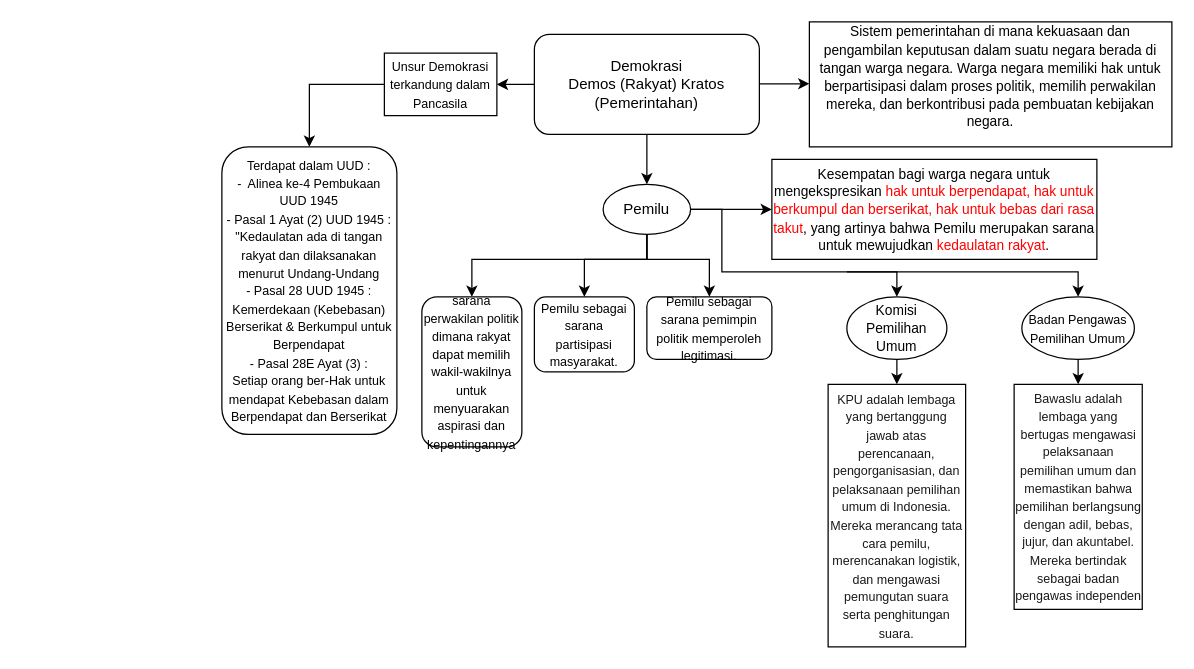
Earlier version of the draw.io diagram Diagram Tanpa Judul.drawio (Beroding/contoh-repo). Source tidied: cells renumbered, new cells numbered last; positions are measured from the earlier drawing's top-left corner, leaving out a move shared by most shapes. Both pictures are drawn from the tidied source at 125%, with x=0, y=0 at pixel (221, 21).
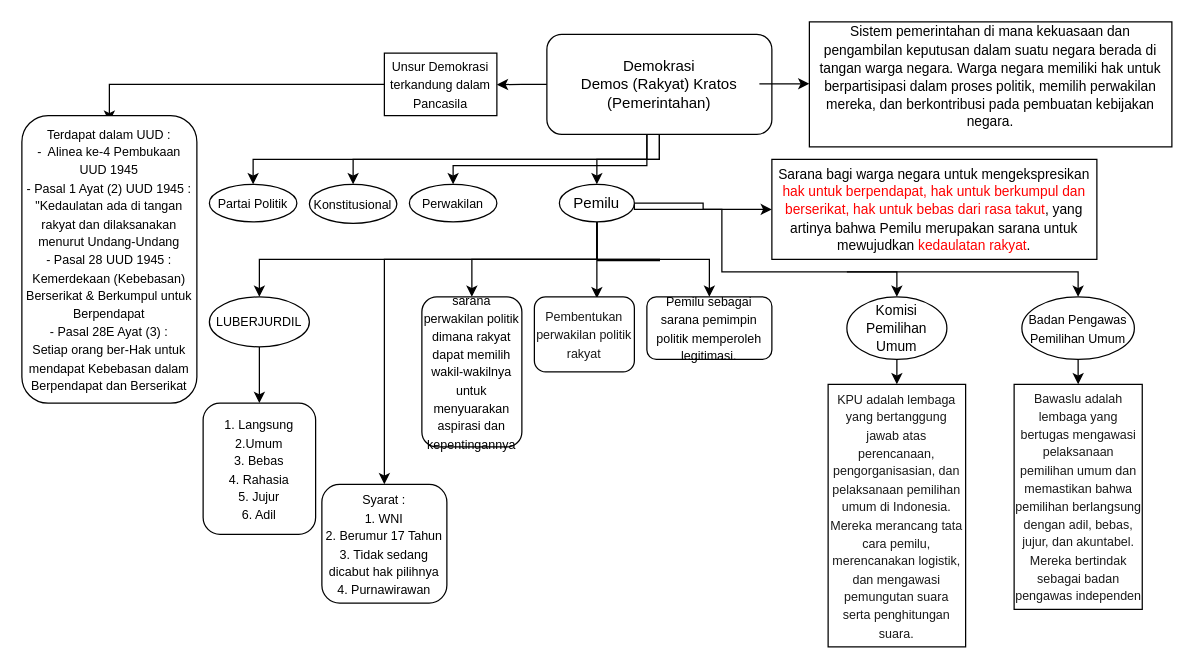
Above is the later version.

Unchanged cells that the change refers to:
```xml
<mxCell id="14" value="&lt;font style=&quot;&quot;&gt;&lt;font style=&quot;font-size: 10px;&quot;&gt;&lt;b id=&quot;docs-internal-guid-9110bd9b-7fff-330d-d7f6-1b1bdb247be8&quot; style=&quot;font-weight: normal;&quot;&gt;&lt;span style=&quot;font-family: Narkisim; color: rgb(0, 0, 0); background-color: transparent; font-weight: 400; font-style: normal; font-variant: normal; text-decoration: none; vertical-align: baseline;&quot;&gt;sarana perwakilan politik dimana rakyat dapat memilih wakil-wakilnya untuk menyuarakan aspirasi dan kepentingannya&lt;/span&gt;&lt;/b&gt;&lt;/font&gt;&lt;br&gt;&lt;/font&gt;" style="rounded=1;whiteSpace=wrap;html=1;" parent="1" vertex="1">
  <mxGeometry x="160" y="220" width="80" height="120" as="geometry" />
</mxCell>
<mxCell id="17" value="&lt;font style=&quot;font-size: 10px;&quot;&gt;Unsur Demokrasi terkandung dalam Pancasila&lt;/font&gt;" style="rounded=0;whiteSpace=wrap;html=1;" parent="1" vertex="1">
  <mxGeometry x="130" y="25" width="90" height="50" as="geometry" />
</mxCell>
```

Diff of the diagram source:
```diff
@@
+    <mxCell id="27" style="edgeStyle=orthogonalEdgeStyle;rounded=0;jettySize=auto;html=1;exitX=0.5;exitY=1;exitDx=0;exitDy=0;" parent="1" edge="1" source="3" target="33">
+      <mxGeometry relative="1" as="geometry" />
+    </mxCell>
+    <mxCell id="28" style="edgeStyle=orthogonalEdgeStyle;rounded=0;jettySize=auto;html=1;exitX=0.5;exitY=1;exitDx=0;exitDy=0;" parent="1" edge="1" source="3" target="32">
+      <mxGeometry relative="1" as="geometry" />
+    </mxCell>
+    <mxCell id="29" style="edgeStyle=orthogonalEdgeStyle;rounded=0;jettySize=auto;html=1;exitX=0.5;exitY=1;exitDx=0;exitDy=0;entryX=0.5;entryY=0;entryDx=0;entryDy=0;" parent="1" edge="1" source="3" target="34">
+      <mxGeometry relative="1" as="geometry">
+        <Array as="points">
+          <mxPoint x="340" y="115" />
+          <mxPoint x="185" y="115" />
+        </Array>
+      </mxGeometry>
+    </mxCell>
     <mxCell id="3" value="Demokrasi&lt;br&gt;Demos (Rakyat) Kratos (Pemerintahan)&lt;br&gt;" style="rounded=1;whiteSpace=wrap;html=1;" parent="1" vertex="1">
-      <mxGeometry x="250" y="10" width="180" height="80" as="geometry" />
+      <mxGeometry x="260" y="10" width="180" height="80" as="geometry" />
     </mxCell>
@@
-    <mxCell id="6" style="endArrow=classic;html=1;rounded=0;" parent="1" edge="1">
+    <mxCell id="6" style="endArrow=classic;html=1;rounded=0;entryX=0.5;entryY=0;entryDx=0;entryDy=0;" parent="1" edge="1" target="11">
       <mxGeometry relative="1" as="geometry">
         <mxPoint x="340" y="90" as="sourcePoint" />
-        <mxPoint x="340" y="130" as="targetPoint" />
+        <Array as="points">
+          <mxPoint x="340" y="110" />
+          <mxPoint x="300" y="110" />
+        </Array>
       </mxGeometry>
     </mxCell>
@@
-    <mxCell id="8" style="edgeStyle=orthogonalEdgeStyle;rounded=0;jettySize=auto;html=1;exitX=0.5;exitY=1;exitDx=0;exitDy=0;entryX=0.5;entryY=0;entryDx=0;entryDy=0;" parent="1" edge="1" source="11" target="15">
+    <mxCell id="8" style="edgeStyle=orthogonalEdgeStyle;rounded=0;orthogonalLoop=1;jettySize=auto;html=1;entryX=0.5;entryY=0;entryDx=0;entryDy=0;" parent="1" edge="1">
       <mxGeometry relative="1" as="geometry">
+        <mxPoint x="300" y="161" as="sourcePoint" />
+        <mxPoint x="300" y="221.2" as="targetPoint" />
         <Array as="points">
-          <mxPoint x="340" y="190" />
-          <mxPoint x="290" y="190" />
+          <mxPoint x="300" y="161" />
+          <mxPoint x="300" y="190" />
+          <mxPoint x="350" y="190" />
+          <mxPoint x="350" y="191" />
+          <mxPoint x="300" y="191" />
         </Array>
       </mxGeometry>
     </mxCell>
     <mxCell id="9" style="edgeStyle=orthogonalEdgeStyle;rounded=0;jettySize=auto;html=1;exitX=0.5;exitY=1;exitDx=0;exitDy=0;" parent="1" edge="1" source="11">
       <mxGeometry relative="1" as="geometry">
         <mxPoint x="390" y="220" as="targetPoint" />
         <Array as="points">
-          <mxPoint x="340" y="190" />
+          <mxPoint x="300" y="190" />
           <mxPoint x="390" y="190" />
         </Array>
       </mxGeometry>
     </mxCell>
@@
+    <mxCell id="30" style="edgeStyle=orthogonalEdgeStyle;rounded=0;jettySize=auto;html=1;exitX=0.5;exitY=1;exitDx=0;exitDy=0;" parent="1" edge="1" source="11" target="36">
+      <mxGeometry relative="1" as="geometry" />
+    </mxCell>
+    <mxCell id="31" style="edgeStyle=orthogonalEdgeStyle;rounded=0;jettySize=auto;html=1;exitX=0.5;exitY=1;exitDx=0;exitDy=0;entryX=0.5;entryY=0;entryDx=0;entryDy=0;" parent="1" edge="1" source="11" target="38">
+      <mxGeometry relative="1" as="geometry">
+        <Array as="points">
+          <mxPoint x="300" y="190" />
+          <mxPoint x="130" y="190" />
+        </Array>
+      </mxGeometry>
+    </mxCell>
     <mxCell id="11" value="Pemilu" style="ellipse;whiteSpace=wrap;html=1;" parent="1" vertex="1">
-      <mxGeometry x="305" y="130" width="70" height="40" as="geometry" />
+      <mxGeometry x="270" y="130" width="60" height="30" as="geometry" />
     </mxCell>
     <mxCell id="12" style="endArrow=classic;html=1;rounded=0;exitX=0.5;exitY=1;exitDx=0;exitDy=0;entryX=0.5;entryY=0;entryDx=0;entryDy=0;" parent="1" edge="1" source="11" target="14">
       <mxGeometry relative="1" as="geometry">
         <Array as="points">
-          <mxPoint x="340" y="190" />
+          <mxPoint x="300" y="190" />
           <mxPoint x="200" y="190" />
         </Array>
       </mxGeometry>
     </mxCell>
-    <mxCell id="13" value="&lt;font style=&quot;&quot;&gt;&lt;font style=&quot;font-size: 11px;&quot;&gt;&lt;b id=&quot;docs-internal-guid-8512b953-7fff-637d-4831-09bb26a66fec&quot; style=&quot;font-weight: normal;&quot;&gt;&lt;span style=&quot;font-family: Narkisim; color: rgb(0, 0, 0); background-color: transparent; font-weight: 400; font-style: normal; font-variant: normal; text-decoration: none; vertical-align: baseline;&quot;&gt;Kesempatan bagi warga negara untuk mengekspresikan &lt;/span&gt;&lt;span style=&quot;font-family: Narkisim; color: rgb(255, 0, 0); background-color: transparent; font-weight: 400; font-style: normal; font-variant: normal; text-decoration: none; vertical-align: baseline;&quot;&gt;hak untuk berpendapat, hak untuk berkumpul dan berserikat, hak untuk bebas dari rasa takut&lt;/span&gt;&lt;span style=&quot;font-family: Narkisim; color: rgb(0, 0, 0); background-color: transparent; font-weight: 400; font-style: normal; font-variant: normal; text-decoration: none; vertical-align: baseline;&quot;&gt;, yang artinya bahwa Pemilu merupakan sarana untuk mewujudkan &lt;/span&gt;&lt;span style=&quot;font-family: Narkisim; color: rgb(255, 0, 0); background-color: transparent; font-weight: 400; font-style: normal; font-variant: normal; text-decoration: none; vertical-align: baseline;&quot;&gt;kedaulatan rakyat&lt;/span&gt;&lt;span style=&quot;font-family: Narkisim; color: rgb(0, 0, 0); background-color: transparent; font-weight: 400; font-style: normal; font-variant: normal; text-decoration: none; vertical-align: baseline;&quot;&gt;.&lt;/span&gt;&lt;/b&gt;&lt;/font&gt;&lt;br&gt;&lt;/font&gt;" style="rounded=0;whiteSpace=wrap;html=1;" parent="1" vertex="1">
+    <mxCell id="13" value="&lt;font style=&quot;&quot;&gt;&lt;font style=&quot;font-size: 11px;&quot;&gt;&lt;b id=&quot;docs-internal-guid-8512b953-7fff-637d-4831-09bb26a66fec&quot; style=&quot;font-weight: normal;&quot;&gt;&lt;span style=&quot;font-family: Narkisim; color: rgb(0, 0, 0); background-color: transparent; font-weight: 400; font-style: normal; font-variant: normal; text-decoration: none; vertical-align: baseline;&quot;&gt;Sarana bagi warga negara untuk mengekspresikan &lt;/span&gt;&lt;span style=&quot;font-family: Narkisim; color: rgb(255, 0, 0); background-color: transparent; font-weight: 400; font-style: normal; font-variant: normal; text-decoration: none; vertical-align: baseline;&quot;&gt;hak untuk berpendapat, hak untuk berkumpul dan berserikat, hak untuk bebas dari rasa takut&lt;/span&gt;&lt;span style=&quot;font-family: Narkisim; color: rgb(0, 0, 0); background-color: transparent; font-weight: 400; font-style: normal; font-variant: normal; text-decoration: none; vertical-align: baseline;&quot;&gt;, yang artinya bahwa Pemilu merupakan sarana untuk mewujudkan &lt;/span&gt;&lt;span style=&quot;font-family: Narkisim; color: rgb(255, 0, 0); background-color: transparent; font-weight: 400; font-style: normal; font-variant: normal; text-decoration: none; vertical-align: baseline;&quot;&gt;kedaulatan rakyat&lt;/span&gt;&lt;span style=&quot;font-family: Narkisim; color: rgb(0, 0, 0); background-color: transparent; font-weight: 400; font-style: normal; font-variant: normal; text-decoration: none; vertical-align: baseline;&quot;&gt;.&lt;/span&gt;&lt;/b&gt;&lt;/font&gt;&lt;br&gt;&lt;/font&gt;" style="rounded=0;whiteSpace=wrap;html=1;" parent="1" vertex="1">
       <mxGeometry x="440" y="110" width="260" height="80" as="geometry" />
     </mxCell>
@@
-    <mxCell id="15" value="&lt;font style=&quot;&quot;&gt;&lt;font style=&quot;font-size: 10px;&quot;&gt;&lt;b id=&quot;docs-internal-guid-82a84754-7fff-87d7-6bbd-945ddfe2c648&quot; style=&quot;font-weight: normal;&quot;&gt;&lt;span style=&quot;font-family: Narkisim; color: rgb(0, 0, 0); background-color: transparent; font-weight: 400; font-style: normal; font-variant: normal; text-decoration: none; vertical-align: baseline;&quot;&gt;Pemilu sebagai sarana partisipasi masyarakat.&lt;/span&gt;&lt;/b&gt;&lt;/font&gt;&lt;br&gt;&lt;/font&gt;" style="rounded=1;whiteSpace=wrap;html=1;" parent="1" vertex="1">
+    <mxCell id="15" value="&lt;font style=&quot;font-size: 10px;&quot;&gt;&lt;span id=&quot;docs-internal-guid-73ed49bc-7fff-0ea4-dca9-06ae33da2d3c&quot; style=&quot;&quot;&gt;&lt;span style=&quot;font-family: Arial, sans-serif; color: rgb(25, 25, 25); background-color: transparent; font-style: normal; font-variant: normal; text-decoration: none; vertical-align: baseline;&quot;&gt;Pembentukan perwakilan politik rakyat&lt;/span&gt;&lt;/span&gt;&lt;br&gt;&lt;/font&gt;" style="rounded=1;whiteSpace=wrap;html=1;" parent="1" vertex="1">
       <mxGeometry x="250" y="220" width="80" height="60" as="geometry" />
     </mxCell>
-    <mxCell id="16" style="edgeStyle=orthogonalEdgeStyle;rounded=0;jettySize=auto;html=1;exitX=0;exitY=0.5;exitDx=0;exitDy=0;entryX=0.5;entryY=0;entryDx=0;entryDy=0;" parent="1" edge="1" source="17" target="18">
+    <mxCell id="16" style="edgeStyle=orthogonalEdgeStyle;rounded=0;jettySize=auto;html=1;exitX=0;exitY=0.5;exitDx=0;exitDy=0;" parent="1" edge="1" source="17">
       <mxGeometry relative="1" as="geometry">
+        <mxPoint x="-90" y="80" as="targetPoint" />
         <Array as="points">
-          <mxPoint x="70" y="50" />
+          <mxPoint x="-90" y="50" />
         </Array>
       </mxGeometry>
     </mxCell>
@@
     <mxCell id="18" value="&lt;font style=&quot;font-size: 10px;&quot;&gt;Terdapat dalam UUD :&lt;br&gt;-&amp;nbsp; Alinea ke-4 Pembukaan UUD 1945&lt;br&gt;- Pasal 1 Ayat (2) UUD 1945 : &quot;Kedaulatan ada di tangan rakyat dan dilaksanakan menurut Undang-Undang&lt;br&gt;- Pasal 28 UUD 1945 :&lt;br&gt;Kemerdekaan (Kebebasan) Berserikat &amp;amp; Berkumpul untuk Berpendapat&lt;br&gt;- Pasal 28E Ayat (3) :&lt;br&gt;Setiap orang ber-Hak untuk mendapat Kebebasan dalam Berpendapat dan Berserikat&lt;br&gt;&lt;/font&gt;" style="rounded=1;whiteSpace=wrap;html=1;" parent="1" vertex="1">
-      <mxGeometry y="100" width="140" height="230" as="geometry" />
+      <mxGeometry x="-160" y="75" width="140" height="230" as="geometry" />
     </mxCell>
@@
+    <mxCell id="32" value="&lt;font style=&quot;font-size: 10px;&quot;&gt;Partai Politik&lt;/font&gt;" style="ellipse;whiteSpace=wrap;html=1;" parent="1" vertex="1">
+      <mxGeometry x="-10" y="130" width="70" height="30" as="geometry" />
+    </mxCell>
+    <mxCell id="33" value="&lt;font style=&quot;font-size: 10px;&quot;&gt;Konstitusional&lt;/font&gt;" style="ellipse;whiteSpace=wrap;html=1;" parent="1" vertex="1">
+      <mxGeometry x="70" y="130" width="70" height="31.2" as="geometry" />
+    </mxCell>
+    <mxCell id="34" value="&lt;font style=&quot;font-size: 10px;&quot;&gt;Perwakilan&lt;/font&gt;" style="ellipse;whiteSpace=wrap;html=1;" parent="1" vertex="1">
+      <mxGeometry x="150" y="130" width="70" height="30" as="geometry" />
+    </mxCell>
+    <mxCell id="35" style="edgeStyle=orthogonalEdgeStyle;rounded=0;jettySize=auto;html=1;exitX=0.5;exitY=1;exitDx=0;exitDy=0;entryX=0.5;entryY=0;entryDx=0;entryDy=0;" parent="1" edge="1" source="36" target="37">
+      <mxGeometry relative="1" as="geometry" />
+    </mxCell>
+    <mxCell id="36" value="&lt;font style=&quot;font-size: 10px;&quot;&gt;LUBERJURDIL&lt;/font&gt;" style="ellipse;whiteSpace=wrap;html=1;" parent="1" vertex="1">
+      <mxGeometry x="-10" y="220" width="80" height="40" as="geometry" />
+    </mxCell>
+    <mxCell id="37" value="&lt;font style=&quot;font-size: 10px;&quot;&gt;1. Langsung&lt;br&gt;2.Umum&lt;br&gt;3. Bebas&lt;br&gt;4. Rahasia&lt;br&gt;5. Jujur&lt;br&gt;6. Adil&lt;/font&gt;" style="rounded=1;whiteSpace=wrap;html=1;" parent="1" vertex="1">
+      <mxGeometry x="-15" y="305" width="90" height="105" as="geometry" />
+    </mxCell>
+    <mxCell id="38" value="&lt;font style=&quot;font-size: 10px;&quot;&gt;Syarat :&lt;br&gt;1. WNI&lt;br&gt;2. Berumur 17 Tahun&lt;br&gt;3. Tidak sedang dicabut hak pilihnya&lt;br&gt;4. Purnawirawan&lt;/font&gt;" style="rounded=1;whiteSpace=wrap;html=1;" parent="1" vertex="1">
+      <mxGeometry x="80" y="370" width="100" height="95" as="geometry" />
+    </mxCell>
```
